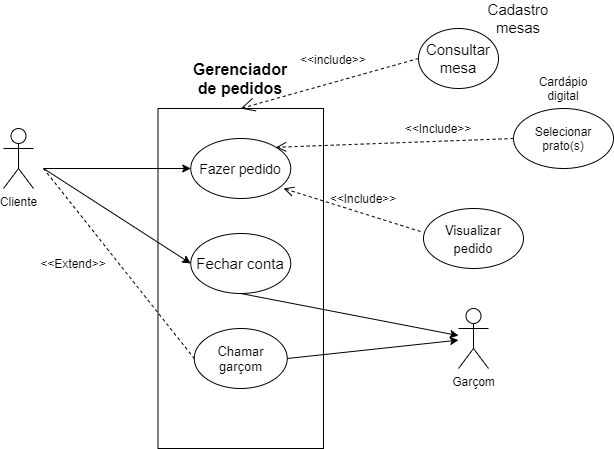
Above: AssitenteEletronico.drawio.png in hinname/project-Restaurant (draw.io), before the change. Source tidied: cells renumbered, new cells last; positions are measured from the earlier drawing's top-left corner, leaving out a move shared by most shapes.
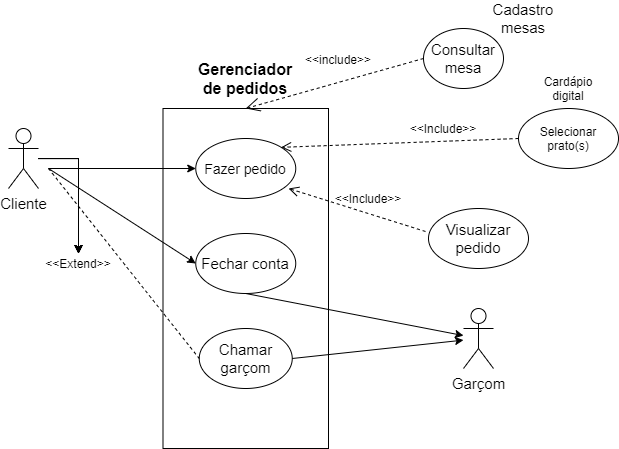
After the commit.

Diff of the diagram source:
```diff
@@ -5,13 +5,28 @@
     <mxCell id="2" style="rounded=0;whiteSpace=wrap;html=1;" parent="1" vertex="1">
       <mxGeometry x="154.5" y="100" width="165.5" height="340" as="geometry" />
     </mxCell>
+    <mxCell id="26" style="edgeStyle=orthogonalEdgeStyle;rounded=0;jettySize=auto;html=1;" parent="1" edge="1" source="3" target="16">
+      <mxGeometry relative="1" as="geometry" />
+    </mxCell>
+    <mxCell id="27" style="edgeStyle=orthogonalEdgeStyle;rounded=0;jettySize=auto;html=1;" parent="1" edge="1" source="3" target="16">
+      <mxGeometry relative="1" as="geometry" />
+    </mxCell>
+    <mxCell id="28" style="edgeStyle=orthogonalEdgeStyle;rounded=0;jettySize=auto;html=1;" parent="1" edge="1" source="3" target="16">
+      <mxGeometry relative="1" as="geometry" />
+    </mxCell>
+    <mxCell id="29" style="edgeStyle=orthogonalEdgeStyle;rounded=0;jettySize=auto;html=1;" parent="1" edge="1" source="3" target="16">
+      <mxGeometry relative="1" as="geometry" />
+    </mxCell>
+    <mxCell id="30" style="edgeStyle=orthogonalEdgeStyle;rounded=0;jettySize=auto;html=1;" parent="1" edge="1" source="3" target="16">
+      <mxGeometry relative="1" as="geometry" />
+    </mxCell>
-    <mxCell id="3" value="Cliente" style="shape=umlActor;verticalLabelPosition=bottom;verticalAlign=top;html=1;outlineConnect=0;" parent="1" vertex="1">
+    <mxCell id="3" value="&lt;font style=&quot;font-size: 15px&quot;&gt;Cliente&lt;/font&gt;" style="shape=umlActor;verticalLabelPosition=bottom;verticalAlign=top;html=1;outlineConnect=0;" parent="1" vertex="1">
       <mxGeometry y="120" width="30" height="60" as="geometry" />
     </mxCell>
     <mxCell id="4" value="&lt;b&gt;&lt;font style=&quot;font-size: 16px&quot;&gt;Gerenciador de pedidos&lt;/font&gt;&lt;/b&gt;" style="text;html=1;strokeColor=none;fillColor=none;align=center;verticalAlign=middle;whiteSpace=wrap;rounded=0;" parent="1" vertex="1">
       <mxGeometry x="217.2" y="60" width="40" height="20" as="geometry" />
     </mxCell>
-    <mxCell id="5" value="Garçom" style="shape=umlActor;verticalLabelPosition=bottom;verticalAlign=top;html=1;outlineConnect=0;" parent="1" vertex="1">
+    <mxCell id="5" value="&lt;font style=&quot;font-size: 15px&quot;&gt;Garçom&lt;/font&gt;" style="shape=umlActor;verticalLabelPosition=bottom;verticalAlign=top;html=1;outlineConnect=0;" parent="1" vertex="1">
       <mxGeometry x="455" y="300" width="30" height="60" as="geometry" />
     </mxCell>
     <mxCell id="6" value="&lt;font style=&quot;font-size: 14px&quot;&gt;Fazer pedido&lt;/font&gt;" style="ellipse;whiteSpace=wrap;html=1;" parent="1" vertex="1">
@@ -20,7 +35,7 @@
     <mxCell id="7" value="&lt;font style=&quot;font-size: 15px&quot;&gt;Fechar conta&lt;/font&gt;" style="ellipse;whiteSpace=wrap;html=1;" parent="1" vertex="1">
       <mxGeometry x="187.2" y="225" width="100" height="60" as="geometry" />
     </mxCell>
-    <mxCell id="8" value="&lt;font style=&quot;font-size: 13px&quot;&gt;Chamar garçom&lt;/font&gt;" style="ellipse;whiteSpace=wrap;html=1;" parent="1" vertex="1">
+    <mxCell id="8" value="&lt;font style=&quot;font-size: 15px&quot;&gt;Chamar garçom&lt;/font&gt;" style="ellipse;whiteSpace=wrap;html=1;" parent="1" vertex="1">
       <mxGeometry x="190.8" y="320" width="93" height="60" as="geometry" />
     </mxCell>
     <mxCell id="9" value="Selecionar prato(s)" style="ellipse;whiteSpace=wrap;html=1;" parent="1" vertex="1">
@@ -56,7 +71,7 @@
     <mxCell id="17" value="Cardápio digital" style="text;html=1;strokeColor=none;fillColor=none;align=center;verticalAlign=middle;whiteSpace=wrap;rounded=0;" parent="1" vertex="1">
       <mxGeometry x="540" y="70" width="40" height="20" as="geometry" />
     </mxCell>
-    <mxCell id="18" value="&lt;span style=&quot;font-size: 13px&quot;&gt;Visualizar pedido&lt;/span&gt;" style="ellipse;whiteSpace=wrap;html=1;fontSize=15;strokeColor=#000000;" parent="1" vertex="1">
+    <mxCell id="18" value="&lt;font style=&quot;font-size: 15px&quot;&gt;Visualizar pedido&lt;/font&gt;" style="ellipse;whiteSpace=wrap;html=1;fontSize=15;strokeColor=#000000;" parent="1" vertex="1">
       <mxGeometry x="420" y="200" width="100" height="60" as="geometry" />
     </mxCell>
     <mxCell id="19" style="html=1;verticalAlign=bottom;endArrow=open;dashed=1;endSize=8;fontSize=15;exitX=0;exitY=0.5;exitDx=0;exitDy=0;entryX=1;entryY=0;entryDx=0;entryDy=0;" parent="1" edge="1" source="9" target="6">
```
